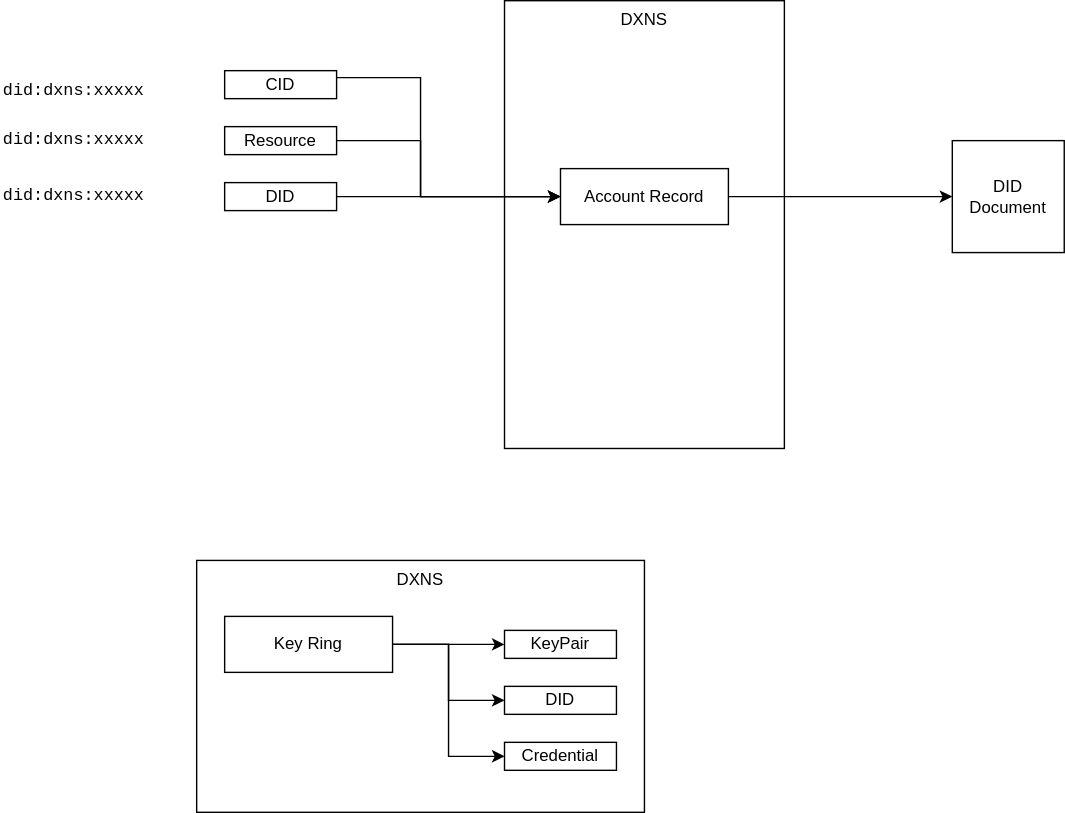
This is docs/design/diagrams/DIDs.svg from dxos/dxos, a draw.io export, as it was before one commit. Source tidied: cells renumbered, new cells last; positions are measured from the earlier drawing's top-left corner, leaving out a move shared by most shapes. The source it was exported from:
```xml
<mxGraphModel>
  <root>
    <mxCell id="0" />
    <mxCell id="1" parent="0" />
    <mxCell id="2" value="DXNS" style="rounded=0;whiteSpace=wrap;html=1;verticalAlign=top;" parent="1" vertex="1">
      <mxGeometry x="140" y="400" width="320" height="180" as="geometry" />
    </mxCell>
    <mxCell id="3" value="DXNS" style="rounded=0;whiteSpace=wrap;html=1;verticalAlign=top;" parent="1" vertex="1">
      <mxGeometry x="360" width="200" height="320" as="geometry" />
    </mxCell>
    <mxCell id="4" style="edgeStyle=orthogonalEdgeStyle;rounded=0;jettySize=auto;html=1;exitX=1;exitY=0.5;exitDx=0;exitDy=0;entryX=0;entryY=0.5;entryDx=0;entryDy=0;" parent="1" edge="1" source="5" target="8">
      <mxGeometry relative="1" as="geometry" />
    </mxCell>
    <mxCell id="5" value="Account Record" style="rounded=0;whiteSpace=wrap;html=1;" parent="1" vertex="1">
      <mxGeometry x="400" y="120" width="120" height="40" as="geometry" />
    </mxCell>
    <mxCell id="6" style="edgeStyle=orthogonalEdgeStyle;rounded=0;jettySize=auto;html=1;exitX=1;exitY=0.5;exitDx=0;exitDy=0;entryX=0;entryY=0.5;entryDx=0;entryDy=0;" parent="1" edge="1" source="7" target="5">
      <mxGeometry relative="1" as="geometry" />
    </mxCell>
    <mxCell id="7" value="DID" style="rounded=0;whiteSpace=wrap;html=1;" parent="1" vertex="1">
      <mxGeometry x="160" y="130" width="80" height="20" as="geometry" />
    </mxCell>
    <mxCell id="8" value="DID Document" style="rounded=0;whiteSpace=wrap;html=1;" parent="1" vertex="1">
      <mxGeometry x="680" y="100" width="80" height="80" as="geometry" />
    </mxCell>
    <mxCell id="9" style="edgeStyle=orthogonalEdgeStyle;rounded=0;jettySize=auto;html=1;exitX=1;exitY=0.25;exitDx=0;exitDy=0;" parent="1" edge="1" source="10">
      <mxGeometry relative="1" as="geometry">
        <mxPoint x="400" y="140" as="targetPoint" />
        <Array as="points">
          <mxPoint x="300" y="55" />
          <mxPoint x="300" y="140" />
        </Array>
      </mxGeometry>
    </mxCell>
    <mxCell id="10" value="CID" style="rounded=0;whiteSpace=wrap;html=1;" parent="1" vertex="1">
      <mxGeometry x="160" y="50" width="80" height="20" as="geometry" />
    </mxCell>
    <mxCell id="11" style="edgeStyle=orthogonalEdgeStyle;rounded=0;jettySize=auto;html=1;exitX=1;exitY=0.5;exitDx=0;exitDy=0;entryX=0;entryY=0.5;entryDx=0;entryDy=0;" parent="1" edge="1" source="12" target="5">
      <mxGeometry relative="1" as="geometry">
        <Array as="points">
          <mxPoint x="300" y="100" />
          <mxPoint x="300" y="140" />
        </Array>
      </mxGeometry>
    </mxCell>
    <mxCell id="12" value="Resource" style="rounded=0;whiteSpace=wrap;html=1;" parent="1" vertex="1">
      <mxGeometry x="160" y="90" width="80" height="20" as="geometry" />
    </mxCell>
    <mxCell id="13" style="edgeStyle=orthogonalEdgeStyle;rounded=0;jettySize=auto;html=1;exitX=1;exitY=0.5;exitDx=0;exitDy=0;entryX=0;entryY=0.5;entryDx=0;entryDy=0;" parent="1" edge="1" source="16" target="17">
      <mxGeometry relative="1" as="geometry" />
    </mxCell>
    <mxCell id="14" style="edgeStyle=orthogonalEdgeStyle;rounded=0;jettySize=auto;html=1;exitX=1;exitY=0.5;exitDx=0;exitDy=0;entryX=0;entryY=0.5;entryDx=0;entryDy=0;" parent="1" edge="1" source="16" target="18">
      <mxGeometry relative="1" as="geometry" />
    </mxCell>
    <mxCell id="15" style="edgeStyle=orthogonalEdgeStyle;rounded=0;jettySize=auto;html=1;exitX=1;exitY=0.5;exitDx=0;exitDy=0;entryX=0;entryY=0.5;entryDx=0;entryDy=0;" parent="1" edge="1" source="16" target="19">
      <mxGeometry relative="1" as="geometry" />
    </mxCell>
    <mxCell id="16" value="Key Ring" style="rounded=0;whiteSpace=wrap;html=1;" parent="1" vertex="1">
      <mxGeometry x="160" y="440" width="120" height="40" as="geometry" />
    </mxCell>
    <mxCell id="17" value="KeyPair" style="rounded=0;whiteSpace=wrap;html=1;" parent="1" vertex="1">
      <mxGeometry x="360" y="450" width="80" height="20" as="geometry" />
    </mxCell>
    <mxCell id="18" value="DID" style="rounded=0;whiteSpace=wrap;html=1;" parent="1" vertex="1">
      <mxGeometry x="360" y="490" width="80" height="20" as="geometry" />
    </mxCell>
    <mxCell id="19" value="Credential" style="rounded=0;whiteSpace=wrap;html=1;" parent="1" vertex="1">
      <mxGeometry x="360" y="530" width="80" height="20" as="geometry" />
    </mxCell>
    <mxCell id="20" value="did:dxns:xxxxx" style="text;html=1;strokeColor=none;fillColor=none;align=left;verticalAlign=middle;whiteSpace=wrap;rounded=0;fontFamily=Courier New;" parent="1" vertex="1">
      <mxGeometry y="125" width="140" height="30" as="geometry" />
    </mxCell>
    <mxCell id="21" value="did:dxns:xxxxx" style="text;html=1;strokeColor=none;fillColor=none;align=left;verticalAlign=middle;whiteSpace=wrap;rounded=0;fontFamily=Courier New;" parent="1" vertex="1">
      <mxGeometry y="50" width="140" height="30" as="geometry" />
    </mxCell>
    <mxCell id="22" value="did:dxns:xxxxx" style="text;html=1;strokeColor=none;fillColor=none;align=left;verticalAlign=middle;whiteSpace=wrap;rounded=0;fontFamily=Courier New;" parent="1" vertex="1">
      <mxGeometry y="85" width="140" height="30" as="geometry" />
    </mxCell>
  </root>
</mxGraphModel>
```
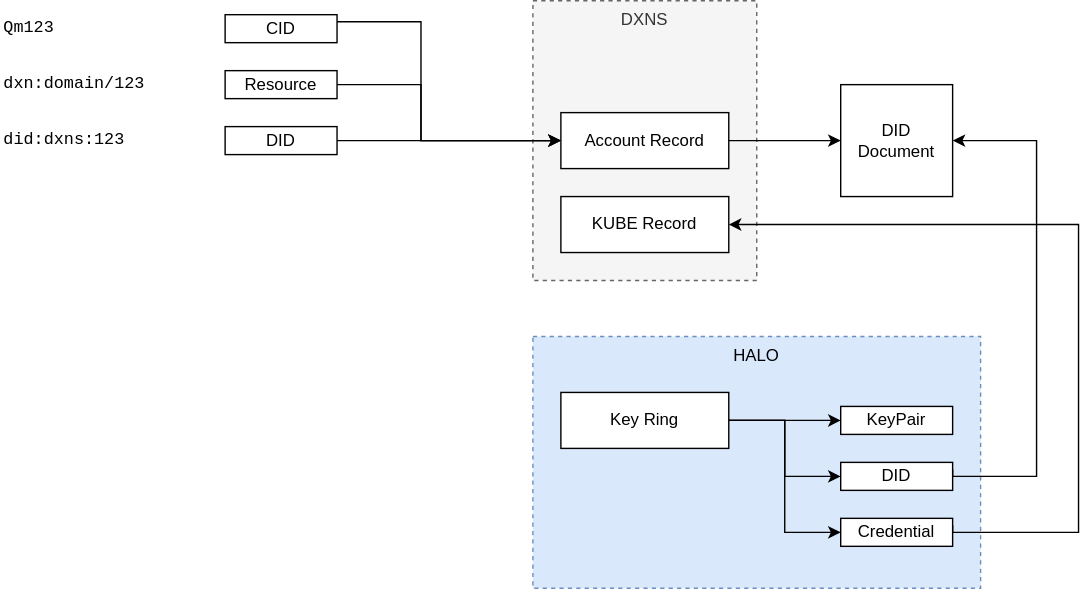
The same diagram one commit later.

What changed in the source:
```diff
@@ -2,49 +2,49 @@
   <root>
     <mxCell id="0" />
     <mxCell id="1" parent="0" />
-    <mxCell id="2" value="DXNS" style="rounded=0;whiteSpace=wrap;html=1;verticalAlign=top;" parent="1" vertex="1">
-      <mxGeometry x="140" y="400" width="320" height="180" as="geometry" />
+    <mxCell id="2" value="HALO" style="rounded=0;whiteSpace=wrap;html=1;verticalAlign=top;dashed=1;fillColor=#dae8fc;strokeColor=#6c8ebf;" parent="1" vertex="1">
+      <mxGeometry x="380" y="200" width="320" height="180" as="geometry" />
     </mxCell>
-    <mxCell id="3" value="DXNS" style="rounded=0;whiteSpace=wrap;html=1;verticalAlign=top;" parent="1" vertex="1">
-      <mxGeometry x="360" width="200" height="320" as="geometry" />
+    <mxCell id="3" value="DXNS" style="rounded=0;whiteSpace=wrap;html=1;verticalAlign=top;strokeWidth=1;dashed=1;fillColor=#f5f5f5;fontColor=#333333;strokeColor=#666666;" parent="1" vertex="1">
+      <mxGeometry x="380" y="-40" width="160" height="200" as="geometry" />
     </mxCell>
     <mxCell id="4" style="edgeStyle=orthogonalEdgeStyle;rounded=0;jettySize=auto;html=1;exitX=1;exitY=0.5;exitDx=0;exitDy=0;entryX=0;entryY=0.5;entryDx=0;entryDy=0;" parent="1" edge="1" source="5" target="8">
       <mxGeometry relative="1" as="geometry" />
     </mxCell>
     <mxCell id="5" value="Account Record" style="rounded=0;whiteSpace=wrap;html=1;" parent="1" vertex="1">
-      <mxGeometry x="400" y="120" width="120" height="40" as="geometry" />
+      <mxGeometry x="400" y="40" width="120" height="40" as="geometry" />
     </mxCell>
     <mxCell id="6" style="edgeStyle=orthogonalEdgeStyle;rounded=0;jettySize=auto;html=1;exitX=1;exitY=0.5;exitDx=0;exitDy=0;entryX=0;entryY=0.5;entryDx=0;entryDy=0;" parent="1" edge="1" source="7" target="5">
       <mxGeometry relative="1" as="geometry" />
     </mxCell>
     <mxCell id="7" value="DID" style="rounded=0;whiteSpace=wrap;html=1;" parent="1" vertex="1">
-      <mxGeometry x="160" y="130" width="80" height="20" as="geometry" />
+      <mxGeometry x="160" y="50" width="80" height="20" as="geometry" />
     </mxCell>
     <mxCell id="8" value="DID Document" style="rounded=0;whiteSpace=wrap;html=1;" parent="1" vertex="1">
-      <mxGeometry x="680" y="100" width="80" height="80" as="geometry" />
+      <mxGeometry x="600" y="20" width="80" height="80" as="geometry" />
     </mxCell>
     <mxCell id="9" style="edgeStyle=orthogonalEdgeStyle;rounded=0;jettySize=auto;html=1;exitX=1;exitY=0.25;exitDx=0;exitDy=0;" parent="1" edge="1" source="10">
       <mxGeometry relative="1" as="geometry">
-        <mxPoint x="400" y="140" as="targetPoint" />
+        <mxPoint x="400" y="60" as="targetPoint" />
         <Array as="points">
-          <mxPoint x="300" y="55" />
-          <mxPoint x="300" y="140" />
+          <mxPoint x="300" y="-25" />
+          <mxPoint x="300" y="60" />
         </Array>
       </mxGeometry>
     </mxCell>
     <mxCell id="10" value="CID" style="rounded=0;whiteSpace=wrap;html=1;" parent="1" vertex="1">
-      <mxGeometry x="160" y="50" width="80" height="20" as="geometry" />
+      <mxGeometry x="160" y="-30" width="80" height="20" as="geometry" />
     </mxCell>
     <mxCell id="11" style="edgeStyle=orthogonalEdgeStyle;rounded=0;jettySize=auto;html=1;exitX=1;exitY=0.5;exitDx=0;exitDy=0;entryX=0;entryY=0.5;entryDx=0;entryDy=0;" parent="1" edge="1" source="12" target="5">
       <mxGeometry relative="1" as="geometry">
         <Array as="points">
-          <mxPoint x="300" y="100" />
-          <mxPoint x="300" y="140" />
+          <mxPoint x="300" y="20" />
+          <mxPoint x="300" y="60" />
         </Array>
       </mxGeometry>
     </mxCell>
     <mxCell id="12" value="Resource" style="rounded=0;whiteSpace=wrap;html=1;" parent="1" vertex="1">
-      <mxGeometry x="160" y="90" width="80" height="20" as="geometry" />
+      <mxGeometry x="160" y="10" width="80" height="20" as="geometry" />
     </mxCell>
     <mxCell id="13" style="edgeStyle=orthogonalEdgeStyle;rounded=0;jettySize=auto;html=1;exitX=1;exitY=0.5;exitDx=0;exitDy=0;entryX=0;entryY=0.5;entryDx=0;entryDy=0;" parent="1" edge="1" source="16" target="17">
       <mxGeometry relative="1" as="geometry" />
@@ -56,25 +56,46 @@
       <mxGeometry relative="1" as="geometry" />
     </mxCell>
     <mxCell id="16" value="Key Ring" style="rounded=0;whiteSpace=wrap;html=1;" parent="1" vertex="1">
-      <mxGeometry x="160" y="440" width="120" height="40" as="geometry" />
+      <mxGeometry x="400" y="240" width="120" height="40" as="geometry" />
     </mxCell>
     <mxCell id="17" value="KeyPair" style="rounded=0;whiteSpace=wrap;html=1;" parent="1" vertex="1">
-      <mxGeometry x="360" y="450" width="80" height="20" as="geometry" />
+      <mxGeometry x="600" y="250" width="80" height="20" as="geometry" />
     </mxCell>
+    <mxCell id="23" style="edgeStyle=orthogonalEdgeStyle;rounded=0;jettySize=auto;html=1;exitX=1;exitY=0.25;exitDx=0;exitDy=0;entryX=1;entryY=0.5;entryDx=0;entryDy=0;fontFamily=Courier New;" parent="1" edge="1" source="18" target="8">
+      <mxGeometry relative="1" as="geometry">
+        <Array as="points">
+          <mxPoint x="680" y="300" />
+          <mxPoint x="740" y="300" />
+          <mxPoint x="740" y="60" />
+        </Array>
+      </mxGeometry>
+    </mxCell>
     <mxCell id="18" value="DID" style="rounded=0;whiteSpace=wrap;html=1;" parent="1" vertex="1">
-      <mxGeometry x="360" y="490" width="80" height="20" as="geometry" />
+      <mxGeometry x="600" y="290" width="80" height="20" as="geometry" />
     </mxCell>
+    <mxCell id="24" style="edgeStyle=orthogonalEdgeStyle;rounded=0;jettySize=auto;html=1;exitX=1;exitY=0.25;exitDx=0;exitDy=0;entryX=1;entryY=0.5;entryDx=0;entryDy=0;fontFamily=Courier New;" parent="1" edge="1" source="19" target="25">
+      <mxGeometry relative="1" as="geometry">
+        <Array as="points">
+          <mxPoint x="680" y="340" />
+          <mxPoint x="770" y="340" />
+          <mxPoint x="770" y="120" />
+        </Array>
+      </mxGeometry>
+    </mxCell>
     <mxCell id="19" value="Credential" style="rounded=0;whiteSpace=wrap;html=1;" parent="1" vertex="1">
-      <mxGeometry x="360" y="530" width="80" height="20" as="geometry" />
+      <mxGeometry x="600" y="330" width="80" height="20" as="geometry" />
     </mxCell>
-    <mxCell id="20" value="did:dxns:xxxxx" style="text;html=1;strokeColor=none;fillColor=none;align=left;verticalAlign=middle;whiteSpace=wrap;rounded=0;fontFamily=Courier New;" parent="1" vertex="1">
-      <mxGeometry y="125" width="140" height="30" as="geometry" />
+    <mxCell id="20" value="did:dxns:123" style="text;html=1;strokeColor=none;fillColor=none;align=left;verticalAlign=middle;whiteSpace=wrap;rounded=0;fontFamily=Courier New;" parent="1" vertex="1">
+      <mxGeometry y="40" width="140" height="40" as="geometry" />
     </mxCell>
-    <mxCell id="21" value="did:dxns:xxxxx" style="text;html=1;strokeColor=none;fillColor=none;align=left;verticalAlign=middle;whiteSpace=wrap;rounded=0;fontFamily=Courier New;" parent="1" vertex="1">
-      <mxGeometry y="50" width="140" height="30" as="geometry" />
+    <mxCell id="21" value="Qm123" style="text;html=1;strokeColor=none;fillColor=none;align=left;verticalAlign=middle;whiteSpace=wrap;rounded=0;fontFamily=Courier New;fontStyle=0;" parent="1" vertex="1">
+      <mxGeometry y="-40" width="140" height="40" as="geometry" />
     </mxCell>
-    <mxCell id="22" value="did:dxns:xxxxx" style="text;html=1;strokeColor=none;fillColor=none;align=left;verticalAlign=middle;whiteSpace=wrap;rounded=0;fontFamily=Courier New;" parent="1" vertex="1">
-      <mxGeometry y="85" width="140" height="30" as="geometry" />
+    <mxCell id="22" value="dxn:domain/123" style="text;html=1;strokeColor=none;fillColor=none;align=left;verticalAlign=middle;whiteSpace=wrap;rounded=0;fontFamily=Courier New;fontStyle=0;" parent="1" vertex="1">
+      <mxGeometry width="140" height="40" as="geometry" />
     </mxCell>
+    <mxCell id="25" value="KUBE Record" style="rounded=0;whiteSpace=wrap;html=1;" parent="1" vertex="1">
+      <mxGeometry x="400" y="100" width="120" height="40" as="geometry" />
+    </mxCell>
   </root>
 </mxGraphModel>
```
